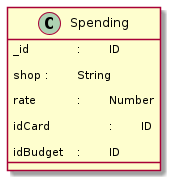
FlorianMarcon/BankModels keeps this PlantUML diagram as doc/uml/Spending/Spending.png. Above is the earlier version.
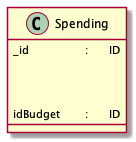
After the commit.

What changed in the source:
```diff
@@ -1,15 +1,12 @@
 @startuml
 
 class Spending {
-	_id		:	ID
+	_id			:	ID
 
-	shop	:	String
 
-	rate		:	Number
 
-	idCard		:	ID
 
-	idBudget	:	ID
+	idBudget		:	ID
 }
 
 @enduml
```
